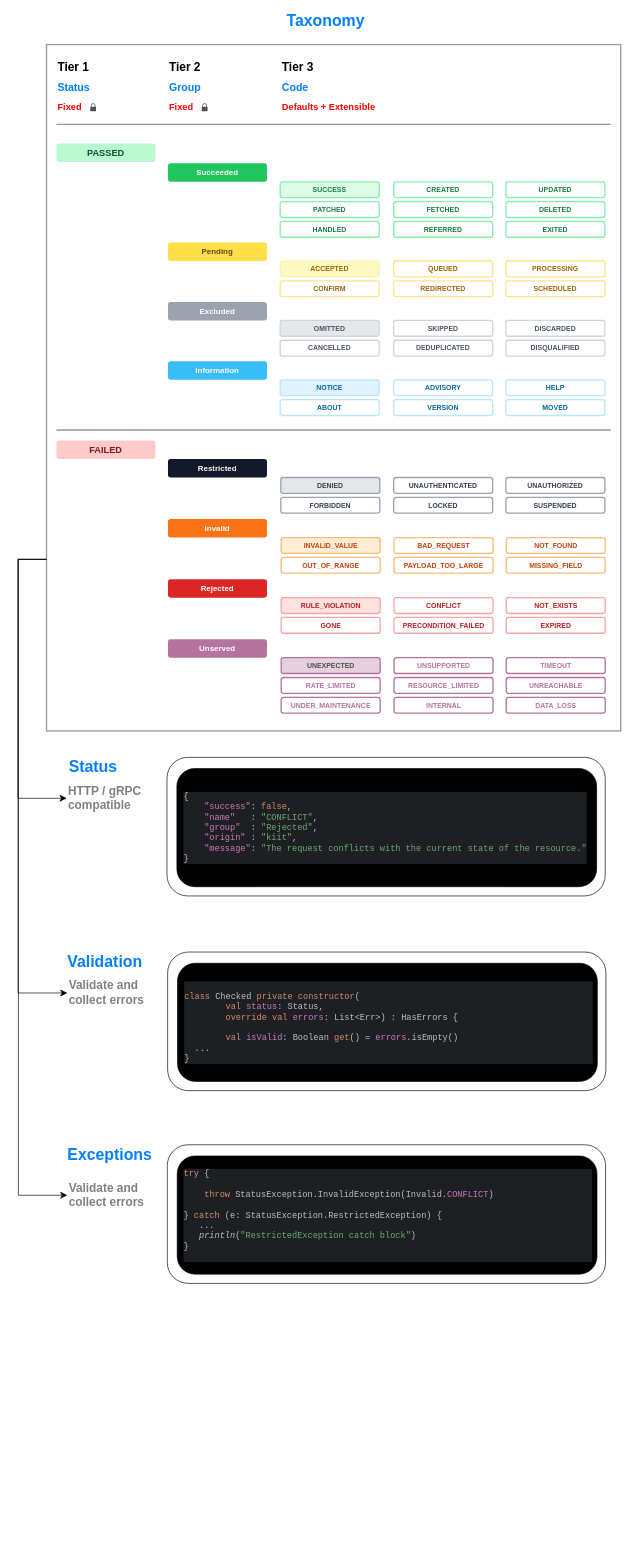
The draw.io diagram assets/kiit-codes.drawio in slatekit/kiit-codes, before the edit. Source tidied: cells renumbered, new cells numbered last; positions are measured from the earlier drawing's top-left corner, leaving out a move shared by most shapes. Both pictures are drawn from the tidied source at 66%, with x=0, y=0 at pixel (18, 11).
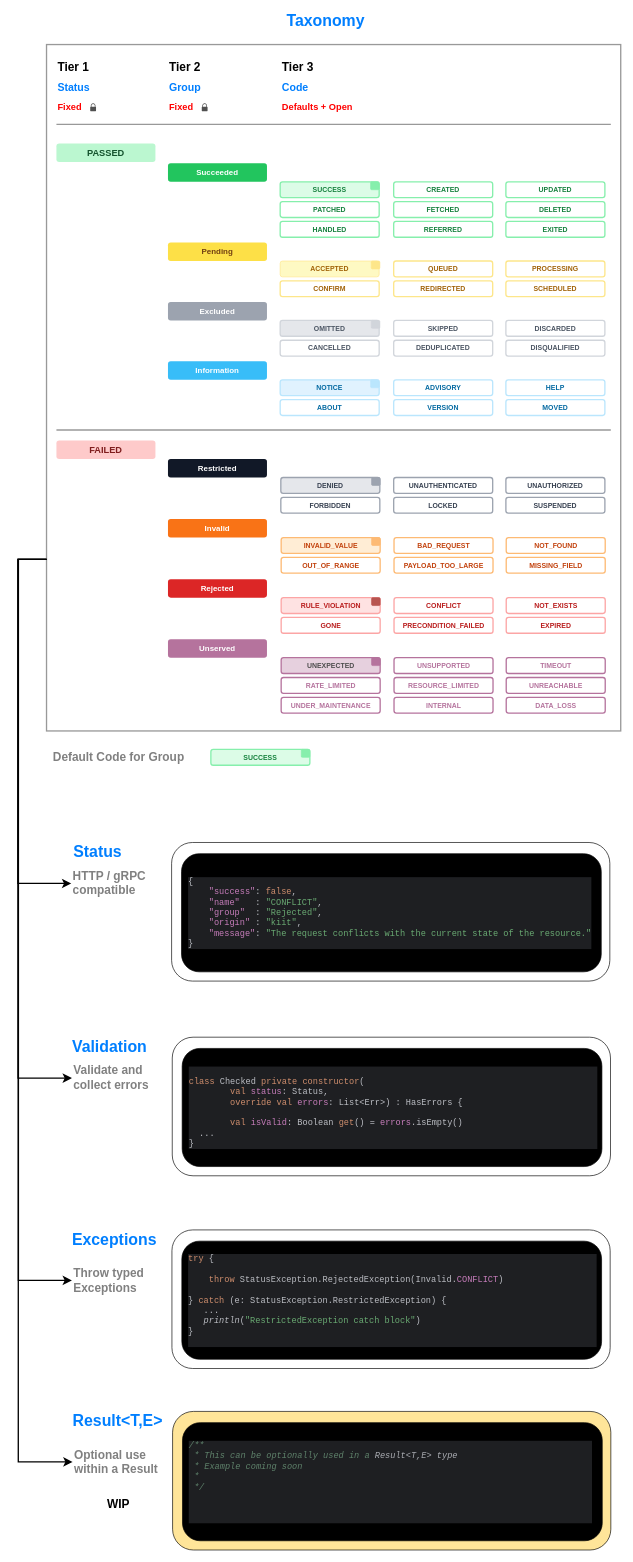
The same page after the edit.

Commit message (it also covers changes not shown here):
media: Update diagrams

Unchanged cells that the change refers to:
```xml
<mxCell id="2" style="rounded=0;whiteSpace=wrap;html=1;fillColor=none;strokeColor=#999999;strokeWidth=2;" parent="1" vertex="1">
  <mxGeometry x="43" y="50" width="870" height="1040" as="geometry" />
</mxCell>
```

The edit, as a diff of the source:
```diff
@@
-    <mxCell id="75" value="&lt;font color=&quot;#ff0000&quot;&gt;&lt;span style=&quot;font-size: 14px;&quot;&gt;&lt;b&gt;Defaults + Extensible&lt;/b&gt;&lt;/span&gt;&lt;/font&gt;" style="text;html=1;whiteSpace=wrap;strokeColor=none;fillColor=none;align=left;verticalAlign=middle;rounded=0;" parent="1" vertex="1">
+    <mxCell id="75" value="&lt;font color=&quot;#ff0000&quot;&gt;&lt;span style=&quot;font-size: 14px;&quot;&gt;&lt;b&gt;Defaults + Open&lt;/b&gt;&lt;/span&gt;&lt;/font&gt;" style="text;html=1;whiteSpace=wrap;strokeColor=none;fillColor=none;align=left;verticalAlign=middle;rounded=0;" parent="1" vertex="1">
       <mxGeometry x="398" y="130" width="160" height="30" as="geometry" />
     </mxCell>
@@
     <mxCell id="81" value="&lt;font style=&quot;font-size: 24px;&quot;&gt;&lt;b style=&quot;color: rgb(0, 127, 255);&quot;&gt;Status&lt;/b&gt;&lt;/font&gt;" style="text;html=1;whiteSpace=wrap;strokeColor=none;fillColor=none;align=left;verticalAlign=middle;rounded=0;fontColor=#FF0000;" parent="1" vertex="1">
-      <mxGeometry x="75" y="1130" width="119" height="30" as="geometry" />
+      <mxGeometry x="82" y="1259" width="119" height="30" as="geometry" />
     </mxCell>
     <mxCell id="82" value="&lt;font style=&quot;font-size: 18px;&quot;&gt;&lt;b style=&quot;color: rgb(128, 128, 128);&quot;&gt;HTTP / gRPC compatible&lt;/b&gt;&lt;/font&gt;" style="text;html=1;whiteSpace=wrap;strokeColor=none;fillColor=none;align=left;verticalAlign=middle;rounded=0;" parent="1" vertex="1">
-      <mxGeometry x="73.5" y="1160" width="143" height="64" as="geometry" />
+      <mxGeometry x="80.5" y="1289" width="143" height="64" as="geometry" />
     </mxCell>
     <mxCell id="83" style="group;" parent="1" vertex="1">
-      <mxGeometry x="225.5" y="1130" width="664" height="210" as="geometry" />
+      <mxGeometry x="232.5" y="1259" width="664" height="210" as="geometry" />
     </mxCell>
@@
     <mxCell id="86" value="&lt;font style=&quot;font-size: 24px;&quot;&gt;&lt;b style=&quot;color: rgb(0, 127, 255);&quot;&gt;Validation&lt;/b&gt;&lt;/font&gt;" style="text;html=1;whiteSpace=wrap;strokeColor=none;fillColor=none;align=left;verticalAlign=middle;rounded=0;fontColor=#FF0000;" parent="1" vertex="1">
-      <mxGeometry x="73" y="1425" width="119" height="30" as="geometry" />
+      <mxGeometry x="80" y="1554" width="119" height="30" as="geometry" />
     </mxCell>
     <mxCell id="87" value="&lt;font style=&quot;font-size: 18px;&quot;&gt;&lt;b style=&quot;color: rgb(128, 128, 128);&quot;&gt;Validate and collect errors&lt;/b&gt;&lt;/font&gt;" style="text;html=1;whiteSpace=wrap;strokeColor=none;fillColor=none;align=left;verticalAlign=middle;rounded=0;" parent="1" vertex="1">
-      <mxGeometry x="74.5" y="1455" width="150" height="64" as="geometry" />
+      <mxGeometry x="81.5" y="1584" width="150" height="64" as="geometry" />
     </mxCell>
     <mxCell id="88" style="group;" parent="1" vertex="1">
-      <mxGeometry x="226.5" y="1425" width="664" height="210" as="geometry" />
+      <mxGeometry x="233.5" y="1554" width="664" height="210" as="geometry" />
     </mxCell>
@@
     <mxCell id="91" value="&lt;font style=&quot;font-size: 24px;&quot;&gt;&lt;b style=&quot;color: rgb(0, 127, 255);&quot;&gt;Exceptions&lt;/b&gt;&lt;/font&gt;" style="text;html=1;whiteSpace=wrap;strokeColor=none;fillColor=none;align=left;verticalAlign=middle;rounded=0;fontColor=#FF0000;" parent="1" vertex="1">
-      <mxGeometry x="73" y="1717" width="119" height="30" as="geometry" />
+      <mxGeometry x="80" y="1846" width="119" height="30" as="geometry" />
     </mxCell>
-    <mxCell id="92" value="&lt;font style=&quot;font-size: 18px;&quot;&gt;&lt;b style=&quot;color: rgb(128, 128, 128);&quot;&gt;Validate and collect errors&lt;/b&gt;&lt;/font&gt;" style="text;html=1;whiteSpace=wrap;strokeColor=none;fillColor=none;align=left;verticalAlign=middle;rounded=0;" parent="1" vertex="1">
-      <mxGeometry x="74.5" y="1751" width="150" height="85" as="geometry" />
+    <mxCell id="92" value="&lt;font style=&quot;font-size: 18px;&quot;&gt;&lt;b style=&quot;color: rgb(128, 128, 128);&quot;&gt;Throw typed Exceptions&lt;/b&gt;&lt;/font&gt;" style="text;html=1;whiteSpace=wrap;strokeColor=none;fillColor=none;align=left;verticalAlign=middle;rounded=0;" parent="1" vertex="1">
+      <mxGeometry x="81.5" y="1880" width="150" height="85" as="geometry" />
     </mxCell>
     <mxCell id="93" style="group;" parent="1" vertex="1">
-      <mxGeometry x="226" y="1717" width="664" height="210" as="geometry" />
+      <mxGeometry x="233" y="1846" width="664" height="210" as="geometry" />
     </mxCell>
@@
-    <mxCell id="95" value="&lt;div style=&quot;background-color: rgb(30, 31, 34); color: rgb(188, 190, 196);&quot;&gt;&lt;pre style=&quot;font-family:'JetBrains Mono',monospace;font-size:9.8pt;&quot;&gt;&lt;pre style=&quot;font-family:'JetBrains Mono',monospace;font-size:9.8pt;&quot;&gt;&lt;pre style=&quot;font-family:'JetBrains Mono',monospace;font-size:9.8pt;&quot;&gt;&lt;div&gt;&lt;pre style=&quot;font-family:'JetBrains Mono',monospace;font-size:9.8pt;&quot;&gt;&lt;span style=&quot;color: rgb(207, 142, 109);&quot;&gt;try &lt;/span&gt;{&lt;br&gt;&lt;br&gt;    &lt;span style=&quot;color: rgb(207, 142, 109);&quot;&gt;throw &lt;/span&gt;StatusException.InvalidException(Invalid.&lt;span style=&quot;color: rgb(199, 125, 187);&quot;&gt;CONFLICT&lt;/span&gt;)                   &lt;br&gt;&lt;br&gt;} &lt;span style=&quot;color: rgb(207, 142, 109);&quot;&gt;catch &lt;/span&gt;(e: StatusException.RestrictedException) {&lt;br&gt;   ... &lt;br&gt;&lt;span style=&quot;font-style:italic;&quot;&gt;   println&lt;/span&gt;(&lt;span style=&quot;color: rgb(106, 171, 115);&quot;&gt;&quot;RestrictedException catch block&quot;&lt;/span&gt;)&lt;br&gt;}&lt;br&gt;&lt;br&gt;&lt;/pre&gt;&lt;/div&gt;&lt;/pre&gt;&lt;/pre&gt;&lt;/pre&gt;&lt;/div&gt;" style="rounded=1;whiteSpace=wrap;html=1;fillColor=#000000;fontColor=#FFFFFF;align=left;spacingTop=0;spacingLeft=0;spacingRight=0;spacingBottom=0;spacing=10;" parent="93" vertex="1">
+    <mxCell id="95" value="&lt;div style=&quot;background-color: rgb(30, 31, 34); color: rgb(188, 190, 196);&quot;&gt;&lt;pre style=&quot;font-family:'JetBrains Mono',monospace;font-size:9.8pt;&quot;&gt;&lt;pre style=&quot;font-family:'JetBrains Mono',monospace;font-size:9.8pt;&quot;&gt;&lt;pre style=&quot;font-family:'JetBrains Mono',monospace;font-size:9.8pt;&quot;&gt;&lt;div&gt;&lt;pre style=&quot;font-family:'JetBrains Mono',monospace;font-size:9.8pt;&quot;&gt;&lt;span style=&quot;color: rgb(207, 142, 109);&quot;&gt;try &lt;/span&gt;{&lt;br&gt;&lt;br&gt;    &lt;span style=&quot;color: rgb(207, 142, 109);&quot;&gt;throw &lt;/span&gt;StatusException.RejectedException(Invalid.&lt;span style=&quot;color: rgb(199, 125, 187);&quot;&gt;CONFLICT&lt;/span&gt;)                  &lt;br&gt;&lt;br&gt;} &lt;span style=&quot;color: rgb(207, 142, 109);&quot;&gt;catch &lt;/span&gt;(e: StatusException.RestrictedException) {&lt;br&gt;   ... &lt;br&gt;&lt;span style=&quot;font-style:italic;&quot;&gt;   println&lt;/span&gt;(&lt;span style=&quot;color: rgb(106, 171, 115);&quot;&gt;&quot;RestrictedException catch block&quot;&lt;/span&gt;)&lt;br&gt;}&lt;br&gt;&lt;br&gt;&lt;/pre&gt;&lt;/div&gt;&lt;/pre&gt;&lt;/pre&gt;&lt;/pre&gt;&lt;/div&gt;" style="rounded=1;whiteSpace=wrap;html=1;fillColor=#000000;fontColor=#FFFFFF;align=left;spacingTop=0;spacingLeft=0;spacingRight=0;spacingBottom=0;spacing=10;" parent="93" vertex="1">
       <mxGeometry x="15" y="17" width="636" height="179" as="geometry" />
     </mxCell>
-    <mxCell id="96" style="edgeStyle=elbowEdgeStyle;elbow=vertical;endArrow=classic;html=1;curved=0;rounded=0;endSize=8;startSize=8;entryX=0;entryY=0.5;entryDx=0;entryDy=0;exitX=0;exitY=0.75;exitDx=0;exitDy=0;" parent="1" edge="1" source="2" target="82">
+    <mxCell id="96" style="edgeStyle=elbowEdgeStyle;elbow=vertical;endArrow=classic;html=1;curved=0;rounded=0;endSize=8;startSize=8;entryX=0;entryY=0.5;entryDx=0;entryDy=0;exitX=0;exitY=0.75;exitDx=0;exitDy=0;strokeWidth=2;" parent="1" edge="1" source="2" target="82">
       <mxGeometry relative="1" as="geometry">
         <Array as="points">
           <mxPoint x="-0.3" y="1155.6" />
         </Array>
       </mxGeometry>
     </mxCell>
-    <mxCell id="97" style="edgeStyle=elbowEdgeStyle;elbow=vertical;endArrow=classic;html=1;curved=0;rounded=0;endSize=8;startSize=8;exitX=0;exitY=0.75;exitDx=0;exitDy=0;entryX=0;entryY=0.5;entryDx=0;entryDy=0;" parent="1" edge="1" source="2" target="87">
+    <mxCell id="97" style="edgeStyle=elbowEdgeStyle;elbow=vertical;endArrow=classic;html=1;curved=0;rounded=0;endSize=8;startSize=8;exitX=0;exitY=0.75;exitDx=0;exitDy=0;entryX=0;entryY=0.5;entryDx=0;entryDy=0;strokeWidth=2;" parent="1" edge="1" source="2" target="87">
       <mxGeometry relative="1" as="geometry">
         <Array as="points">
           <mxPoint x="-0.1" y="1173" />
         </Array>
       </mxGeometry>
     </mxCell>
-    <mxCell id="98" style="edgeStyle=elbowEdgeStyle;elbow=vertical;endArrow=classic;html=1;curved=0;rounded=0;endSize=8;startSize=8;exitX=0;exitY=0.75;exitDx=0;exitDy=0;entryX=0;entryY=0.5;entryDx=0;entryDy=0;" parent="1" edge="1" source="2" target="92">
+    <mxCell id="98" style="edgeStyle=elbowEdgeStyle;elbow=vertical;endArrow=classic;html=1;curved=0;rounded=0;endSize=8;startSize=8;exitX=0;exitY=0.75;exitDx=0;exitDy=0;entryX=0;entryY=0.5;entryDx=0;entryDy=0;strokeWidth=2;" parent="1" edge="1" source="2" target="92">
       <mxGeometry relative="1" as="geometry">
         <Array as="points">
           <mxPoint x="0.4" y="1309.7" />
         </Array>
       </mxGeometry>
     </mxCell>
+    <mxCell id="99" value="&lt;font style=&quot;font-size: 24px;&quot;&gt;&lt;b style=&quot;color: rgb(0, 127, 255);&quot;&gt;Result&amp;lt;T,E&amp;gt;&lt;/b&gt;&lt;/font&gt;" style="text;html=1;whiteSpace=wrap;strokeColor=none;fillColor=none;align=left;verticalAlign=middle;rounded=0;fontColor=#FF0000;" parent="1" vertex="1">
+      <mxGeometry x="81" y="2121" width="119" height="30" as="geometry" />
+    </mxCell>
+    <mxCell id="100" value="&lt;font color=&quot;#808080&quot;&gt;&lt;span style=&quot;font-size: 18px;&quot;&gt;&lt;b&gt;Optional use within a Result&amp;nbsp;&lt;/b&gt;&lt;/span&gt;&lt;/font&gt;" style="text;html=1;whiteSpace=wrap;strokeColor=none;fillColor=none;align=left;verticalAlign=middle;rounded=0;" parent="1" vertex="1">
+      <mxGeometry x="82.5" y="2155" width="150" height="85" as="geometry" />
+    </mxCell>
+    <mxCell id="101" style="group;" parent="1" vertex="1">
+      <mxGeometry x="234" y="2121" width="664" height="210" as="geometry" />
+    </mxCell>
+    <mxCell id="102" style="rounded=1;whiteSpace=wrap;html=1;fillColor=#FFE599;" parent="101" vertex="1">
+      <mxGeometry width="664" height="210" as="geometry" />
+    </mxCell>
+    <mxCell id="103" value="&lt;div style=&quot;background-color: rgb(30, 31, 34); color: rgb(188, 190, 196);&quot;&gt;&lt;pre style=&quot;font-family: &amp;quot;JetBrains Mono&amp;quot;, monospace; font-size: 9.8pt;&quot;&gt;&lt;pre style=&quot;font-family: &amp;quot;JetBrains Mono&amp;quot;, monospace; font-size: 9.8pt;&quot;&gt;&lt;pre style=&quot;font-family: &amp;quot;JetBrains Mono&amp;quot;, monospace; font-size: 9.8pt;&quot;&gt;&lt;div style=&quot;&quot;&gt;&lt;pre style=&quot;font-family: &amp;quot;JetBrains Mono&amp;quot;, monospace; font-size: 9.8pt;&quot;&gt;&lt;div&gt;&lt;pre style=&quot;font-family:'JetBrains Mono',monospace;font-size:9.8pt;&quot;&gt;&lt;span style=&quot;color:#5f826b;font-style:italic;&quot;&gt;/**&lt;br&gt;&lt;/span&gt;&lt;span style=&quot;color:#5f826b;font-style:italic;&quot;&gt; * This can be optionally used in a &lt;/span&gt;&lt;span style=&quot;color:#abadb3;font-style:italic;&quot;&gt;Result&amp;lt;T,E&amp;gt; type                          &lt;/span&gt;&lt;span style=&quot;color:#5f826b;font-style:italic;&quot;&gt;&lt;br&gt; * Example coming soon&lt;br&gt;&lt;/span&gt;&lt;span style=&quot;color:#5f826b;font-style:italic;&quot;&gt; *&lt;/span&gt;&lt;span style=&quot;color:#5f826b;font-style:italic;&quot;&gt;&lt;br&gt;&lt;/span&gt;&lt;span style=&quot;color:#5f826b;font-style:italic;&quot;&gt; */&lt;br&gt;&lt;br&gt;&lt;br&gt;&lt;br&gt;&lt;/span&gt;&lt;/pre&gt;&lt;/div&gt;&lt;/pre&gt;&lt;/div&gt;&lt;/pre&gt;&lt;/pre&gt;&lt;/pre&gt;&lt;/div&gt;" style="rounded=1;whiteSpace=wrap;html=1;fillColor=#000000;fontColor=#FFFFFF;align=left;spacingTop=0;spacingLeft=0;spacingRight=0;spacingBottom=0;spacing=10;" parent="101" vertex="1">
+      <mxGeometry x="15" y="17" width="636" height="179" as="geometry" />
+    </mxCell>
+    <mxCell id="104" style="edgeStyle=elbowEdgeStyle;elbow=vertical;endArrow=classic;html=1;curved=0;rounded=0;endSize=8;startSize=8;strokeWidth=2;entryX=0;entryY=0.5;entryDx=0;entryDy=0;exitX=0;exitY=0.75;exitDx=0;exitDy=0;" parent="1" edge="1" source="2" target="100">
+      <mxGeometry relative="1" as="geometry">
+        <Array as="points">
+          <mxPoint x="0.2" y="1449.4" />
+        </Array>
+      </mxGeometry>
+    </mxCell>
+    <mxCell id="105" style="rounded=1;whiteSpace=wrap;html=1;fillColor=#86EFAC;strokeColor=#86EFAC;" parent="1" vertex="1">
+      <mxGeometry x="534" y="258" width="13" height="12" as="geometry" />
+    </mxCell>
+    <mxCell id="106" style="rounded=1;whiteSpace=wrap;html=1;fillColor=#FDE68A;strokeColor=#FDE68A;" parent="1" vertex="1">
+      <mxGeometry x="535" y="378" width="13" height="12" as="geometry" />
+    </mxCell>
+    <mxCell id="107" style="rounded=1;whiteSpace=wrap;html=1;fillColor=#D1D5DB;strokeColor=#D1D5DB;" parent="1" vertex="1">
+      <mxGeometry x="535" y="468" width="13" height="12" as="geometry" />
+    </mxCell>
+    <mxCell id="108" style="rounded=1;whiteSpace=wrap;html=1;fillColor=#BAE6FD;strokeColor=#BAE6FD;" parent="1" vertex="1">
+      <mxGeometry x="534" y="558" width="13" height="12" as="geometry" />
+    </mxCell>
+    <mxCell id="109" style="rounded=1;whiteSpace=wrap;html=1;fillColor=#9CA3AF;strokeColor=#9CA3AF;" parent="1" vertex="1">
+      <mxGeometry x="535.5" y="706" width="13" height="12" as="geometry" />
+    </mxCell>
+    <mxCell id="110" style="rounded=1;whiteSpace=wrap;html=1;fillColor=#FDBA74;strokeColor=#FDBA74;" parent="1" vertex="1">
+      <mxGeometry x="535.5" y="797" width="13" height="12" as="geometry" />
+    </mxCell>
+    <mxCell id="111" style="rounded=1;whiteSpace=wrap;html=1;fillColor=#B85450;strokeColor=#b85450;" parent="1" vertex="1">
+      <mxGeometry x="535.5" y="888" width="13" height="12" as="geometry" />
+    </mxCell>
+    <mxCell id="112" style="rounded=1;whiteSpace=wrap;html=1;fillColor=#B5739D;strokeColor=#B5739D;" parent="1" vertex="1">
+      <mxGeometry x="535.5" y="979" width="13" height="12" as="geometry" />
+    </mxCell>
+    <mxCell id="113" style="group;" parent="1" vertex="1">
+      <mxGeometry x="292" y="1118" width="150" height="24" as="geometry" />
+    </mxCell>
+    <mxCell id="114" value="SUCCESS" style="rounded=1;whiteSpace=wrap;html=1;fillColor=#dcfce7;fontColor=#15803d;fontSize=10.5;strokeColor=#86efac;strokeWidth=2;fontStyle=1;" parent="113" vertex="1">
+      <mxGeometry width="150" height="24" as="geometry" />
+    </mxCell>
+    <mxCell id="115" style="rounded=1;whiteSpace=wrap;html=1;fillColor=#86EFAC;strokeColor=#86EFAC;" parent="113" vertex="1">
+      <mxGeometry x="137" width="13" height="12" as="geometry" />
+    </mxCell>
+    <mxCell id="116" value="&lt;font style=&quot;font-size: 18px;&quot;&gt;&lt;b style=&quot;color: rgb(128, 128, 128);&quot;&gt;Default Code for Group&lt;/b&gt;&lt;/font&gt;" style="text;html=1;whiteSpace=wrap;strokeColor=none;fillColor=none;align=left;verticalAlign=middle;rounded=0;" parent="1" vertex="1">
+      <mxGeometry x="51" y="1098" width="231.6" height="64" as="geometry" />
+    </mxCell>
+    <mxCell id="117" value="&lt;font&gt;&lt;span style=&quot;font-size: 18px; color: rgb(0, 0, 0);&quot;&gt;&lt;b style=&quot;&quot;&gt;WIP&lt;/b&gt;&lt;/span&gt;&lt;/font&gt;" style="text;html=1;whiteSpace=wrap;strokeColor=none;fillColor=none;align=center;verticalAlign=middle;rounded=0;" parent="1" vertex="1">
+      <mxGeometry x="77" y="2235" width="150" height="54" as="geometry" />
+    </mxCell>
```
